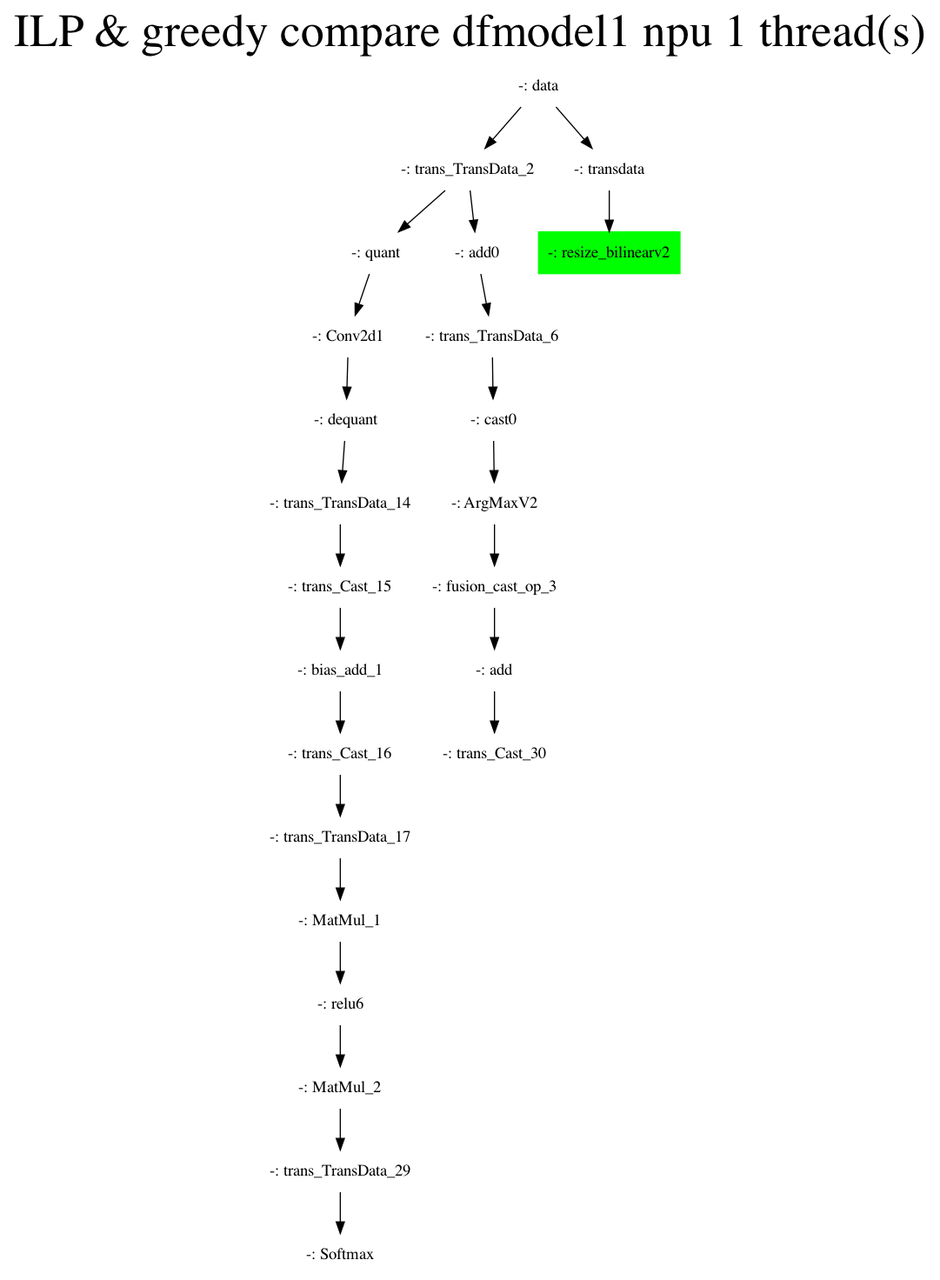
This is mnn/models/dfmodel1/npu/ilp-greedy-diff-graphviz-dfmodel1-cpu-1.png from summerspringwei/DAG-Scheduler, a Graphviz export, as it was before one commit. Its source is kept beside it as mnn/models/dfmodel1/npu/ilp-greedy-diff-graphviz-dfmodel1-cpu-1.gv. The source it was exported from:
```dot
digraph G {
label     = "ILP & greedy compare dfmodel1 npu 1 thread(s)"
    labelloc  =  t // t: Place the graph's title on top.
    fontsize  = 40 // Make title stand out by giving a large font size
    fontcolor = black"-: data"->"-: trans_TransData_2";
"-: data"->"-: transdata";
"-: data" [shape=box,style=filled,color=white];
"-: transdata"->"-: resize_bilinearv2";
"-: transdata" [shape=box,style=filled,color=white];
"-: trans_TransData_2"->"-: quant";
"-: trans_TransData_2"->"-: add0";
"-: trans_TransData_2" [shape=box,style=filled,color=white];
"-: add0"->"-: trans_TransData_6";
"-: add0" [shape=box,style=filled,color=white];
"-: trans_TransData_6"->"-: cast0";
"-: trans_TransData_6" [shape=box,style=filled,color=white];
"-: cast0"->"-: ArgMaxV2";
"-: cast0" [shape=box,style=filled,color=white];
"-: quant"->"-: Conv2d1";
"-: quant" [shape=box,style=filled,color=white];
"-: Conv2d1"->"-: dequant";
"-: Conv2d1" [shape=box,style=filled,color=white];
"-: dequant"->"-: trans_TransData_14";
"-: dequant" [shape=box,style=filled,color=white];
"-: trans_TransData_14"->"-: trans_Cast_15";
"-: trans_TransData_14" [shape=box,style=filled,color=white];
"-: trans_Cast_15"->"-: bias_add_1";
"-: trans_Cast_15" [shape=box,style=filled,color=white];
"-: resize_bilinearv2" [shape=box,style=filled,color=green];
"-: ArgMaxV2"->"-: fusion_cast_op_3";
"-: ArgMaxV2" [shape=box,style=filled,color=white];
"-: fusion_cast_op_3"->"-: add";
"-: fusion_cast_op_3" [shape=box,style=filled,color=white];
"-: add"->"-: trans_Cast_30";
"-: add" [shape=box,style=filled,color=white];
"-: trans_Cast_30" [shape=box,style=filled,color=white];
"-: bias_add_1"->"-: trans_Cast_16";
"-: bias_add_1" [shape=box,style=filled,color=white];
"-: trans_Cast_16"->"-: trans_TransData_17";
"-: trans_Cast_16" [shape=box,style=filled,color=white];
"-: trans_TransData_17"->"-: MatMul_1";
"-: trans_TransData_17" [shape=box,style=filled,color=white];
"-: MatMul_1"->"-: relu6";
"-: MatMul_1" [shape=box,style=filled,color=white];
"-: relu6"->"-: MatMul_2";
"-: relu6" [shape=box,style=filled,color=white];
"-: MatMul_2"->"-: trans_TransData_29";
"-: MatMul_2" [shape=box,style=filled,color=white];
"-: trans_TransData_29"->"-: Softmax";
"-: trans_TransData_29" [shape=box,style=filled,color=white];
"-: Softmax" [shape=box,style=filled,color=white];
}
```
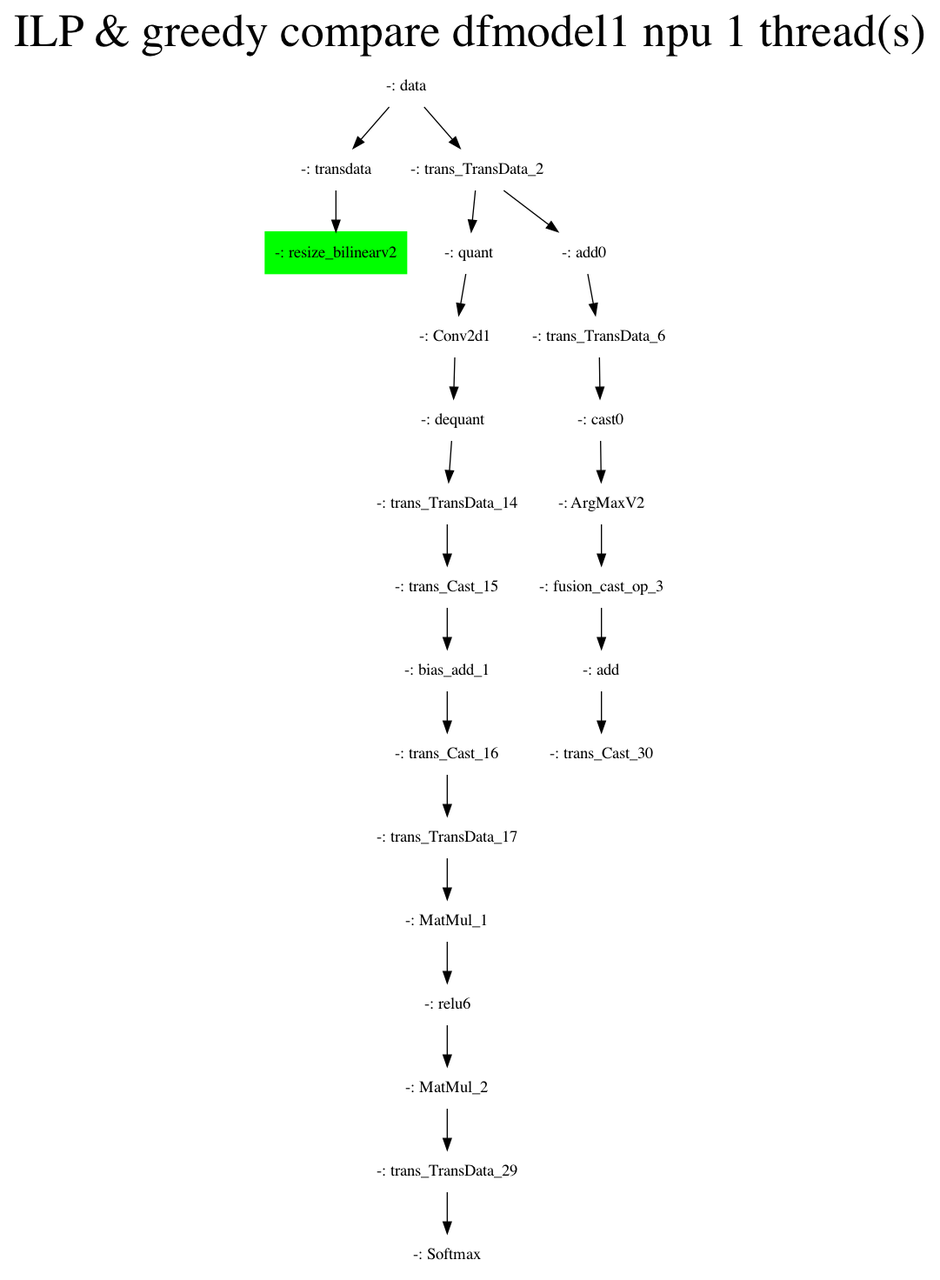
After the change.

What changed in the source:
```diff
@@ -2,8 +2,8 @@
 label     = "ILP & greedy compare dfmodel1 npu 1 thread(s)"
     labelloc  =  t // t: Place the graph's title on top.
     fontsize  = 40 // Make title stand out by giving a large font size
-    fontcolor = black"-: data"->"-: trans_TransData_2";
-"-: data"->"-: transdata";
+    fontcolor = black"-: data"->"-: transdata";
+"-: data"->"-: trans_TransData_2";
 "-: data" [shape=box,style=filled,color=white];
 "-: transdata"->"-: resize_bilinearv2";
 "-: transdata" [shape=box,style=filled,color=white];
```
